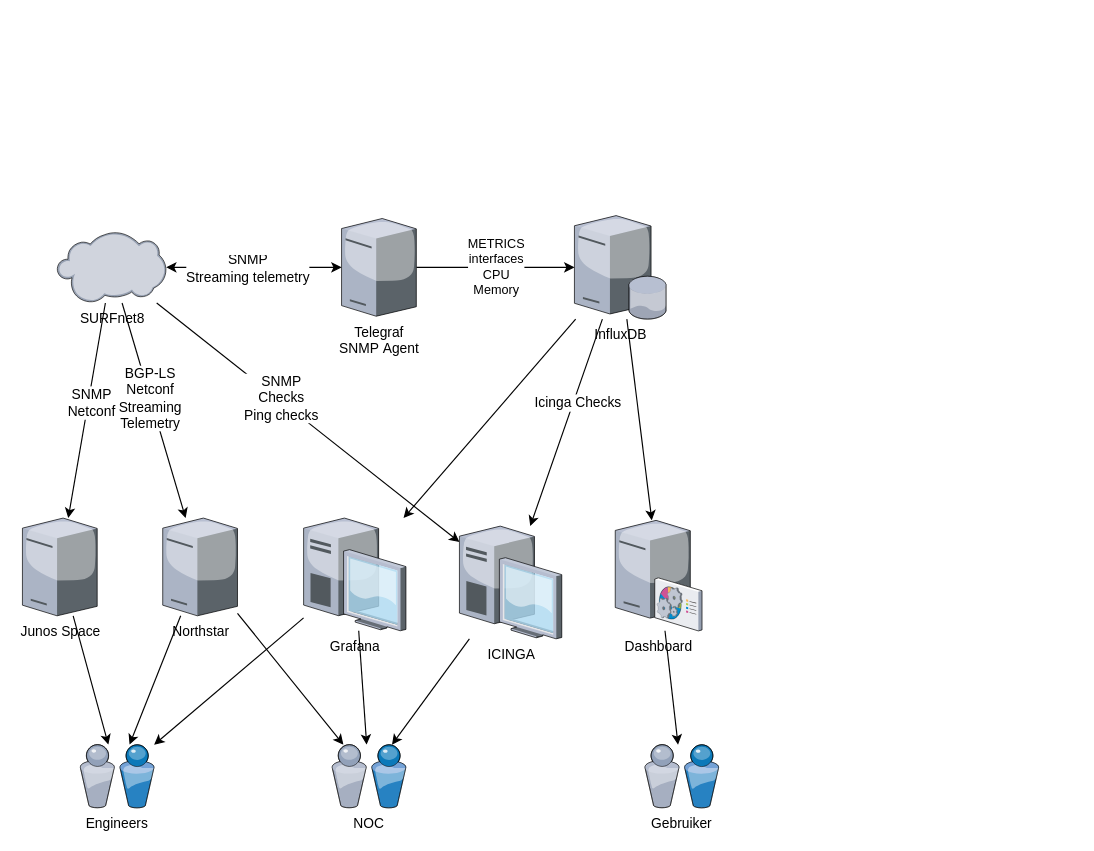
Above: SURFnet8 Monitoring.drawio in makzdot/diagrams (draw.io), before the change. Source tidied: cells renumbered, new cells numbered last; positions are measured from the earlier drawing's top-left corner, leaving out a move shared by most shapes. Both pictures are drawn from the tidied source at 115%, with x=0, y=0 at pixel (22, 215).
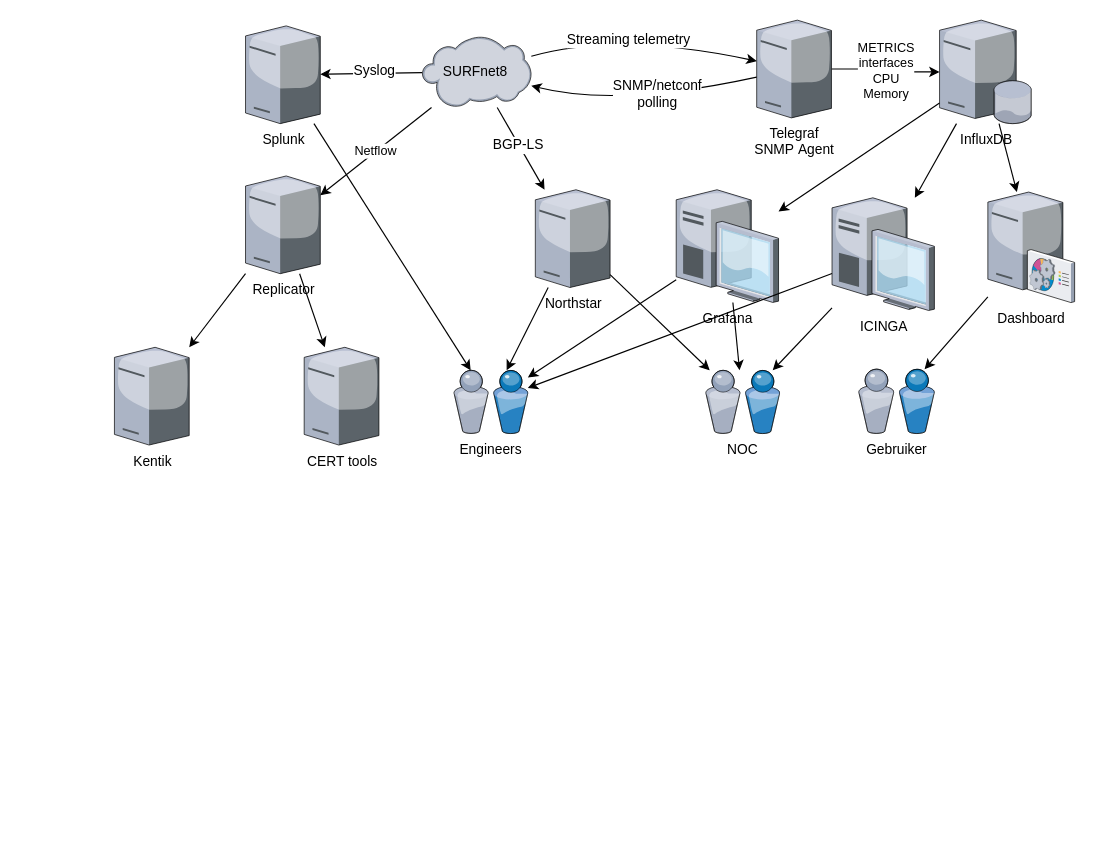
The same diagram, later.

Unchanged cells that the change refers to:
```xml
<mxCell id="11" style="rounded=0;jettySize=auto;html=1;startArrow=classic;startFill=1;endArrow=none;endFill=0;" parent="1" edge="1" source="10" target="2">
  <mxGeometry relative="1" as="geometry" />
</mxCell>
<mxCell id="18" style="edgeStyle=none;rounded=0;jettySize=auto;html=1;startArrow=classic;startFill=1;endArrow=none;endFill=0;" parent="1" edge="1" source="20" target="7">
  <mxGeometry relative="1" as="geometry" />
</mxCell>
```

Diff of the diagram source:
```diff
@@
     <mxCell id="2" value="InfluxDB" style="verticalLabelPosition=bottom;html=1;verticalAlign=top;strokeColor=none;align=center;outlineConnect=0;shape=mxgraph.citrix.database_server;" parent="1" vertex="1">
-      <mxGeometry x="480" width="80" height="90" as="geometry" />
+      <mxGeometry x="797.5" y="-170" width="80" height="90" as="geometry" />
     </mxCell>
@@
     <mxCell id="4" value="Telegraf &lt;br&gt;SNMP&amp;nbsp;Agent&lt;br&gt;" style="verticalLabelPosition=bottom;html=1;verticalAlign=top;strokeColor=none;align=center;outlineConnect=0;shape=mxgraph.citrix.license_server;" parent="1" vertex="1">
-      <mxGeometry x="277.5" y="2.5" width="65" height="85" as="geometry" />
+      <mxGeometry x="638.5" y="-170" width="65" height="85" as="geometry" />
     </mxCell>
-    <mxCell id="5" style="edgeStyle=orthogonalEdgeStyle;rounded=0;jettySize=auto;html=1;startArrow=classic;startFill=1;" parent="1" edge="1" source="7" target="4">
-      <mxGeometry relative="1" as="geometry" />
-    </mxCell>
-    <mxCell id="6" value="SNMP&lt;br&gt;Streaming telemetry&lt;br&gt;" style="text;html=1;align=center;verticalAlign=middle;labelBackgroundColor=#ffffff;" parent="5" vertex="1">
-      <mxGeometry x="-0.08" relative="1" as="geometry" />
-    </mxCell>
-    <mxCell id="7" value="SURFnet8" style="verticalLabelPosition=bottom;html=1;verticalAlign=top;strokeColor=none;align=center;outlineConnect=0;shape=mxgraph.citrix.cloud;" parent="1" vertex="1">
-      <mxGeometry x="30" y="14" width="95" height="62" as="geometry" />
+    <mxCell id="7" style="verticalLabelPosition=bottom;html=1;verticalAlign=top;strokeColor=none;align=center;outlineConnect=0;shape=mxgraph.citrix.cloud;" parent="1" vertex="1">
+      <mxGeometry x="347.5" y="-156" width="95" height="62" as="geometry" />
     </mxCell>
-    <mxCell id="8" style="edgeStyle=none;rounded=0;jettySize=auto;html=1;startArrow=classic;startFill=1;endArrow=none;endFill=0;" parent="1" edge="1" source="10" target="7">
-      <mxGeometry relative="1" as="geometry" />
-    </mxCell>
-    <mxCell id="9" value="SNMP&lt;br&gt;Checks&lt;br&gt;Ping checks&lt;br&gt;" style="text;html=1;align=center;verticalAlign=middle;labelBackgroundColor=#ffffff;" parent="8" vertex="1">
-      <mxGeometry x="0.19" y="-2" relative="1" as="geometry" />
-    </mxCell>
     <mxCell id="10" value="ICINGA&lt;br&gt;&lt;br&gt;" style="verticalLabelPosition=bottom;html=1;verticalAlign=top;strokeColor=none;align=center;outlineConnect=0;shape=mxgraph.citrix.desktop;" parent="1" vertex="1">
-      <mxGeometry x="380" y="270" width="89" height="98" as="geometry" />
+      <mxGeometry x="704" y="-15.5" width="89" height="98" as="geometry" />
     </mxCell>
@@
-    <mxCell id="12" value="Icinga Checks" style="text;html=1;align=center;verticalAlign=middle;labelBackgroundColor=#ffffff;" parent="11" vertex="1">
-      <mxGeometry x="0.21" y="-3" relative="1" as="geometry" />
-    </mxCell>
@@
     <mxCell id="14" value="Dashboard" style="verticalLabelPosition=bottom;html=1;verticalAlign=top;strokeColor=none;align=center;outlineConnect=0;shape=mxgraph.citrix.command_center;" parent="1" vertex="1">
-      <mxGeometry x="515.5" y="265" width="75.5" height="96" as="geometry" />
+      <mxGeometry x="839.5" y="-20.5" width="75.5" height="96" as="geometry" />
     </mxCell>
-    <mxCell id="15" style="edgeStyle=none;rounded=0;jettySize=auto;html=1;startArrow=classic;startFill=1;endArrow=none;endFill=0;" parent="1" edge="1" source="17" target="7">
-      <mxGeometry relative="1" as="geometry" />
-    </mxCell>
-    <mxCell id="16" value="SNMP&lt;br&gt;Netconf&lt;br&gt;" style="text;html=1;align=center;verticalAlign=middle;labelBackgroundColor=#ffffff;" parent="15" vertex="1">
-      <mxGeometry x="0.07" y="-1" relative="1" as="geometry">
-        <mxPoint x="1" as="offset" />
-      </mxGeometry>
-    </mxCell>
-    <mxCell id="17" value="Junos Space" style="verticalLabelPosition=bottom;html=1;verticalAlign=top;strokeColor=none;align=center;outlineConnect=0;shape=mxgraph.citrix.license_server;" parent="1" vertex="1">
-      <mxGeometry y="263" width="65" height="85" as="geometry" />
-    </mxCell>
@@
-    <mxCell id="19" value="BGP-LS&lt;br&gt;Netconf&lt;br&gt;Streaming&lt;br&gt;Telemetry&lt;br&gt;" style="text;html=1;align=center;verticalAlign=middle;labelBackgroundColor=#ffffff;" parent="18" vertex="1">
+    <mxCell id="19" value="BGP-LS&lt;br&gt;" style="text;html=1;align=center;verticalAlign=middle;labelBackgroundColor=#ffffff;" parent="18" vertex="1">
       <mxGeometry x="0.12" y="1" relative="1" as="geometry" />
     </mxCell>
     <mxCell id="20" value="Northstar" style="verticalLabelPosition=bottom;html=1;verticalAlign=top;strokeColor=none;align=center;outlineConnect=0;shape=mxgraph.citrix.license_server;" parent="1" vertex="1">
-      <mxGeometry x="122" y="263" width="65" height="85" as="geometry" />
+      <mxGeometry x="446" y="-22.5" width="65" height="85" as="geometry" />
     </mxCell>
-    <mxCell id="21" style="edgeStyle=none;rounded=0;jettySize=auto;html=1;startArrow=classic;startFill=1;endArrow=none;endFill=0;" parent="1" edge="1" source="24" target="17">
-      <mxGeometry relative="1" as="geometry" />
-    </mxCell>
@@
     <mxCell id="24" value="Engineers" style="verticalLabelPosition=bottom;html=1;verticalAlign=top;strokeColor=none;align=center;outlineConnect=0;shape=mxgraph.citrix.users;" parent="1" vertex="1">
-      <mxGeometry x="50" y="460" width="64.5" height="55" as="geometry" />
+      <mxGeometry x="375" y="134.5" width="64.5" height="55" as="geometry" />
     </mxCell>
@@
     <mxCell id="28" value="NOC" style="verticalLabelPosition=bottom;html=1;verticalAlign=top;strokeColor=none;align=center;outlineConnect=0;shape=mxgraph.citrix.users;" parent="1" vertex="1">
-      <mxGeometry x="269" y="460" width="64.5" height="55" as="geometry" />
+      <mxGeometry x="594" y="134.5" width="64.5" height="55" as="geometry" />
     </mxCell>
@@
     <mxCell id="30" value="Gebruiker" style="verticalLabelPosition=bottom;html=1;verticalAlign=top;strokeColor=none;align=center;outlineConnect=0;shape=mxgraph.citrix.users;" parent="1" vertex="1">
-      <mxGeometry x="541" y="460" width="64.5" height="55" as="geometry" />
+      <mxGeometry x="727" y="133.5" width="66" height="56" as="geometry" />
     </mxCell>
@@
     <mxCell id="32" value="Grafana&lt;br&gt;" style="verticalLabelPosition=bottom;html=1;verticalAlign=top;strokeColor=none;align=center;outlineConnect=0;shape=mxgraph.citrix.desktop;" parent="1" vertex="1">
-      <mxGeometry x="244.5" y="263" width="89" height="98" as="geometry" />
+      <mxGeometry x="568.5" y="-22.5" width="89" height="98" as="geometry" />
     </mxCell>
+    <mxCell id="5" style="curved=1;endArrow=classic;html=1;" parent="1" edge="1" source="7" target="4">
+      <mxGeometry relative="1" as="geometry">
+        <Array as="points">
+          <mxPoint x="517.5" y="-160" />
+        </Array>
+      </mxGeometry>
+    </mxCell>
+    <mxCell id="33" value="Streaming telemetry" style="text;html=1;align=center;verticalAlign=middle;labelBackgroundColor=#ffffff;" parent="5" vertex="1">
+      <mxGeometry x="-0.13" y="-5" relative="1" as="geometry" />
+    </mxCell>
+    <mxCell id="34" style="curved=1;endArrow=classic;html=1;" parent="1" edge="1" source="4" target="7">
+      <mxGeometry relative="1" as="geometry">
+        <Array as="points">
+          <mxPoint x="517.5" y="-94" />
+        </Array>
+      </mxGeometry>
+    </mxCell>
+    <mxCell id="35" value="SNMP/netconf&lt;br&gt;polling&lt;br&gt;" style="text;html=1;align=center;verticalAlign=middle;labelBackgroundColor=#ffffff;" parent="34" vertex="1">
+      <mxGeometry x="-0.13" y="-5" relative="1" as="geometry" />
+    </mxCell>
+    <mxCell id="36" style="edgeStyle=none;rounded=0;jettySize=auto;html=1;startArrow=classic;startFill=1;endArrow=none;endFill=0;" parent="1" edge="1" source="24" target="10">
+      <mxGeometry relative="1" as="geometry" />
+    </mxCell>
+    <mxCell id="37" value="Splunk&lt;br&gt;" style="verticalLabelPosition=bottom;html=1;verticalAlign=top;strokeColor=none;align=center;outlineConnect=0;shape=mxgraph.citrix.license_server;" parent="1" vertex="1">
+      <mxGeometry x="194" y="-165" width="65" height="85" as="geometry" />
+    </mxCell>
+    <mxCell id="38" style="endArrow=classic;html=1;" parent="1" edge="1" source="7" target="37">
+      <mxGeometry relative="1" as="geometry" />
+    </mxCell>
+    <mxCell id="39" value="Syslog" style="text;html=1;align=center;verticalAlign=middle;labelBackgroundColor=#ffffff;" parent="38" vertex="1">
+      <mxGeometry x="-0.05" y="-3" relative="1" as="geometry" />
+    </mxCell>
+    <mxCell id="40" style="endArrow=classic;html=1;" parent="1" edge="1" source="37" target="24">
+      <mxGeometry relative="1" as="geometry" />
+    </mxCell>
+    <mxCell id="41" value="Replicator&lt;br&gt;" style="verticalLabelPosition=bottom;html=1;verticalAlign=top;strokeColor=none;align=center;outlineConnect=0;shape=mxgraph.citrix.license_server;" parent="1" vertex="1">
+      <mxGeometry x="194" y="-34.5" width="65" height="85" as="geometry" />
+    </mxCell>
+    <mxCell id="42" value="Netflow" style="endArrow=classic;html=1;" parent="1" edge="1" source="7" target="41">
+      <mxGeometry relative="1" as="geometry" />
+    </mxCell>
+    <mxCell id="43" value="Kentik&lt;br&gt;" style="verticalLabelPosition=bottom;html=1;verticalAlign=top;strokeColor=none;align=center;outlineConnect=0;shape=mxgraph.citrix.license_server;" parent="1" vertex="1">
+      <mxGeometry x="80" y="114.5" width="65" height="85" as="geometry" />
+    </mxCell>
+    <mxCell id="44" value="CERT tools" style="verticalLabelPosition=bottom;html=1;verticalAlign=top;strokeColor=none;align=center;outlineConnect=0;shape=mxgraph.citrix.license_server;" parent="1" vertex="1">
+      <mxGeometry x="245" y="114.5" width="65" height="85" as="geometry" />
+    </mxCell>
+    <mxCell id="45" style="endArrow=classic;html=1;" parent="1" edge="1" source="41" target="43">
+      <mxGeometry relative="1" as="geometry" />
+    </mxCell>
+    <mxCell id="46" style="endArrow=classic;html=1;" parent="1" edge="1" source="41" target="44">
+      <mxGeometry relative="1" as="geometry" />
+    </mxCell>
+    <mxCell id="47" value="SURFnet8" style="text;html=1;strokeColor=none;fillColor=none;align=center;verticalAlign=middle;whiteSpace=wrap;rounded=0;" parent="1" vertex="1">
+      <mxGeometry x="374" y="-135" width="40" height="20" as="geometry" />
+    </mxCell>
```
